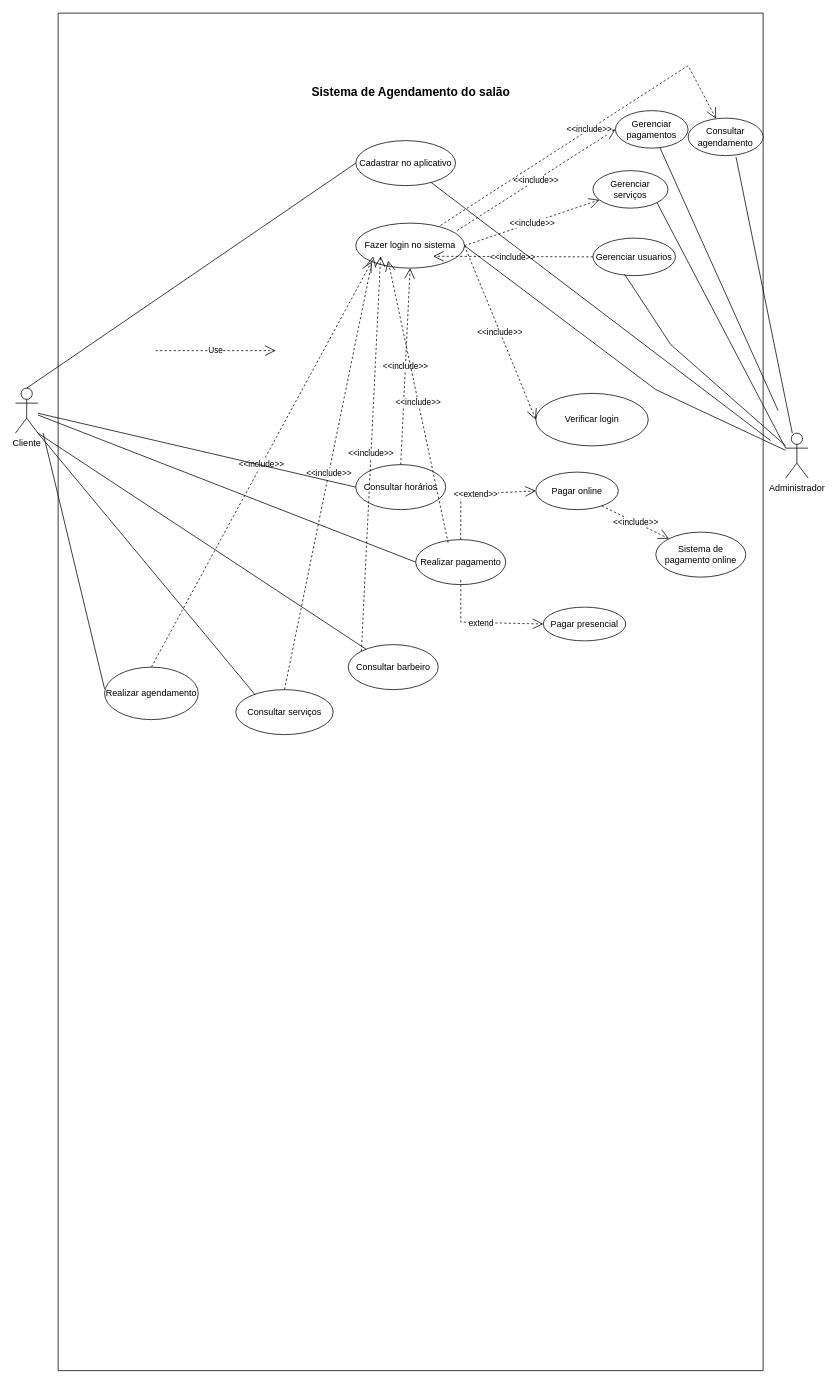
Above: Casos de uso.drawio in devWellRich/iCut (draw.io), before the change. Source tidied: cells renumbered, new cells numbered last; positions are measured from the earlier drawing's top-left corner, leaving out a move shared by most shapes. Both pictures are drawn from the tidied source at 75%, with x=0, y=0 at pixel (15, 13).
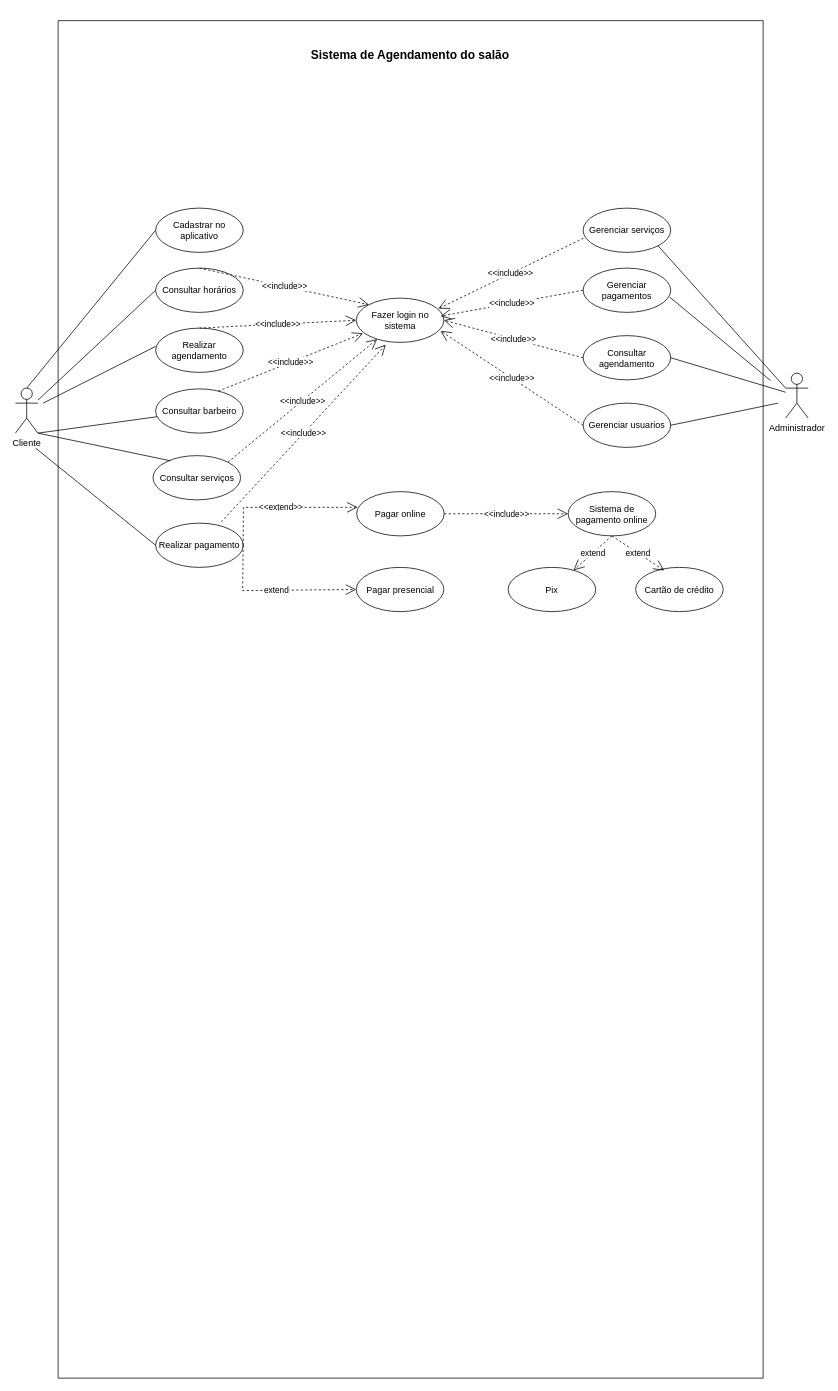
The same page after the edit.

Unchanged cells that the change refers to:
```xml
<mxCell id="2" value="Cliente" style="shape=umlActor;verticalLabelPosition=bottom;verticalAlign=top;html=1;outlineConnect=0;" parent="1" vertex="1">
  <mxGeometry x="0.1" y="500" width="30" height="60" as="geometry" />
</mxCell>
```

What changed in the source:
```diff
@@
     <mxCell id="4" style="endArrow=none;html=1;rounded=0;exitX=0;exitY=0.413;exitDx=0;exitDy=0;exitPerimeter=0;" parent="1" edge="1" source="12">
       <mxGeometry relative="1" as="geometry">
-        <mxPoint x="37" y="560" as="targetPoint" />
+        <mxPoint x="37" y="520" as="targetPoint" />
       </mxGeometry>
     </mxCell>
     <mxCell id="5" style="swimlane;startSize=0;" parent="1" vertex="1">
-      <mxGeometry x="57" width="940" height="1810" as="geometry" />
+      <mxGeometry x="57" y="10" width="940" height="1810" as="geometry" />
     </mxCell>
-    <mxCell id="6" value="Verificar login" style="ellipse;whiteSpace=wrap;html=1;" parent="5" vertex="1">
-      <mxGeometry x="636.9" y="507" width="150" height="70" as="geometry" />
-    </mxCell>
     <mxCell id="7" value="Realizar pagamento" style="ellipse;whiteSpace=wrap;html=1;" parent="5" vertex="1">
-      <mxGeometry x="476.8" y="702" width="120" height="60" as="geometry" />
+      <mxGeometry x="130" y="670" width="116.8" height="59" as="geometry" />
     </mxCell>
     <mxCell id="8" value="Pagar online" style="ellipse;whiteSpace=wrap;html=1;" parent="5" vertex="1">
-      <mxGeometry x="636.9" y="612" width="110" height="50" as="geometry" />
+      <mxGeometry x="398" y="628" width="116.8" height="59" as="geometry" />
     </mxCell>
     <mxCell id="9" value="Pagar presencial" style="ellipse;whiteSpace=wrap;html=1;" parent="5" vertex="1">
-      <mxGeometry x="646.9" y="792" width="110" height="45" as="geometry" />
+      <mxGeometry x="397.5" y="729" width="116.8" height="59" as="geometry" />
     </mxCell>
-    <mxCell id="10" value="&amp;lt;&amp;lt;extend&amp;gt;&amp;gt;" style="endArrow=open;endSize=12;dashed=1;html=1;rounded=0;entryX=0;entryY=0.5;entryDx=0;entryDy=0;exitX=0.5;exitY=0;exitDx=0;exitDy=0;" parent="5" edge="1" source="7" target="8">
+    <mxCell id="10" value="&amp;lt;&amp;lt;extend&amp;gt;&amp;gt;" style="endArrow=open;endSize=12;dashed=1;html=1;rounded=0;entryX=0.011;entryY=0.355;entryDx=0;entryDy=0;entryPerimeter=0;exitX=1;exitY=0.5;exitDx=0;exitDy=0;" parent="5" edge="1" source="7" target="8">
       <mxGeometry relative="1" as="geometry">
         <Array as="points">
-          <mxPoint x="536.9" y="642" />
+          <mxPoint x="247" y="649" />
         </Array>
       </mxGeometry>
     </mxCell>
-    <mxCell id="11" value="extend" style="endArrow=open;endSize=12;dashed=1;html=1;rounded=0;entryX=0;entryY=0.5;entryDx=0;entryDy=0;" parent="5" edge="1" target="9">
+    <mxCell id="11" value="extend" style="endArrow=open;endSize=12;dashed=1;html=1;rounded=0;entryX=0;entryY=0.5;entryDx=0;entryDy=0;exitX=1;exitY=0.5;exitDx=0;exitDy=0;" parent="5" edge="1" source="7" target="9">
       <mxGeometry relative="1" as="geometry">
-        <mxPoint x="536.9" y="756" as="sourcePoint" />
         <Array as="points">
-          <mxPoint x="536.9" y="812" />
+          <mxPoint x="246" y="760" />
         </Array>
       </mxGeometry>
     </mxCell>
     <mxCell id="12" value="Realizar agendamento" style="ellipse;whiteSpace=wrap;html=1;" parent="5" vertex="1">
-      <mxGeometry x="61.9" y="872" width="125" height="70" as="geometry" />
+      <mxGeometry x="130" y="410" width="116.8" height="59" as="geometry" />
     </mxCell>
     <mxCell id="13" value="Consultar serviços" style="ellipse;whiteSpace=wrap;html=1;" parent="5" vertex="1">
-      <mxGeometry x="236.8" y="902" width="130" height="60" as="geometry" />
+      <mxGeometry x="126.5" y="580" width="116.8" height="59" as="geometry" />
     </mxCell>
     <mxCell id="14" value="Consultar barbeiro" style="ellipse;whiteSpace=wrap;html=1;" parent="5" vertex="1">
-      <mxGeometry x="386.8" y="842" width="120" height="60" as="geometry" />
+      <mxGeometry x="130" y="491" width="116.8" height="59" as="geometry" />
     </mxCell>
     <mxCell id="15" value="Consultar horários" style="ellipse;whiteSpace=wrap;html=1;" parent="5" vertex="1">
-      <mxGeometry x="396.8" y="602" width="120" height="60" as="geometry" />
+      <mxGeometry x="130" y="330" width="116.8" height="59" as="geometry" />
     </mxCell>
     <mxCell id="16" value="Sistema de pagamento online" style="ellipse;whiteSpace=wrap;html=1;" parent="5" vertex="1">
-      <mxGeometry x="796.9" y="692" width="120" height="60" as="geometry" />
+      <mxGeometry x="680" y="628" width="116.8" height="59" as="geometry" />
     </mxCell>
-    <mxCell id="17" value="&amp;lt;&amp;lt;include&amp;gt;&amp;gt;" style="endArrow=open;endSize=12;dashed=1;html=1;rounded=0;entryX=0;entryY=0;entryDx=0;entryDy=0;exitX=0.8;exitY=0.9;exitDx=0;exitDy=0;exitPerimeter=0;" parent="5" edge="1" source="8" target="16">
+    <mxCell id="17" value="&amp;lt;&amp;lt;include&amp;gt;&amp;gt;" style="endArrow=open;endSize=12;dashed=1;html=1;rounded=0;exitX=1;exitY=0.5;exitDx=0;exitDy=0;entryX=0;entryY=0.5;entryDx=0;entryDy=0;" parent="5" edge="1" source="8" target="16">
       <mxGeometry relative="1" as="geometry" />
     </mxCell>
     <mxCell id="18" value="Consultar agendamento" style="ellipse;whiteSpace=wrap;html=1;" parent="5" vertex="1">
-      <mxGeometry x="840" y="140" width="100" height="50" as="geometry" />
+      <mxGeometry x="700" y="420" width="116.8" height="59" as="geometry" />
     </mxCell>
     <mxCell id="19" value="Gerenciar serviços" style="ellipse;whiteSpace=wrap;html=1;" parent="5" vertex="1">
-      <mxGeometry x="713.1" y="210" width="100" height="50" as="geometry" />
+      <mxGeometry x="700" y="250" width="116.8" height="59" as="geometry" />
     </mxCell>
     <mxCell id="20" value="Gerenciar usuarios" style="ellipse;whiteSpace=wrap;html=1;" parent="5" vertex="1">
-      <mxGeometry x="713.1" y="300" width="110" height="50" as="geometry" />
+      <mxGeometry x="700" y="510" width="116.8" height="59" as="geometry" />
     </mxCell>
     <mxCell id="21" value="&lt;b&gt;&lt;font style=&quot;font-size: 16px;&quot;&gt;Sistema de Agendamento do salão&lt;/font&gt;&lt;/b&gt;" style="text;html=1;align=center;verticalAlign=middle;strokeColor=none;fillColor=none;" parent="5" vertex="1">
-      <mxGeometry x="325" y="90" width="290" height="30" as="geometry" />
+      <mxGeometry x="324.3" y="30" width="290" height="30" as="geometry" />
     </mxCell>
     <mxCell id="22" value="Cadastrar no aplicativo" style="ellipse;whiteSpace=wrap;html=1;" parent="5" vertex="1">
-      <mxGeometry x="396.9" y="170" width="133" height="60" as="geometry" />
+      <mxGeometry x="130" y="250" width="116.8" height="59" as="geometry" />
     </mxCell>
     <mxCell id="23" value="Fazer login no sistema" style="ellipse;whiteSpace=wrap;html=1;" parent="5" vertex="1">
-      <mxGeometry x="396.8" y="280" width="145" height="60" as="geometry" />
+      <mxGeometry x="397.5" y="370" width="116.8" height="59" as="geometry" />
     </mxCell>
-    <mxCell id="24" value="&amp;lt;&amp;lt;include&amp;gt;&amp;gt;" style="endArrow=open;endSize=12;dashed=1;html=1;rounded=0;entryX=0;entryY=0.5;entryDx=0;entryDy=0;exitX=1;exitY=0.5;exitDx=0;exitDy=0;" parent="5" edge="1" source="23" target="6">
-      <mxGeometry relative="1" as="geometry" />
-    </mxCell>
     <mxCell id="25" value="Gerenciar pagamentos" style="ellipse;whiteSpace=wrap;html=1;" parent="5" vertex="1">
-      <mxGeometry x="743.1" y="130" width="96.8" height="50" as="geometry" />
+      <mxGeometry x="700" y="330" width="116.8" height="59" as="geometry" />
     </mxCell>
-    <mxCell id="26" value="&amp;lt;&amp;lt;include&amp;gt;&amp;gt;" style="endArrow=open;endSize=12;dashed=1;html=1;rounded=0;exitX=0.5;exitY=0;exitDx=0;exitDy=0;entryX=0.5;entryY=1;entryDx=0;entryDy=0;" parent="5" edge="1" source="15" target="23">
+    <mxCell id="26" value="&amp;lt;&amp;lt;include&amp;gt;&amp;gt;" style="endArrow=open;endSize=12;dashed=1;html=1;rounded=0;exitX=0.5;exitY=0;exitDx=0;exitDy=0;entryX=0;entryY=0;entryDx=0;entryDy=0;" parent="5" edge="1" source="15" target="23">
       <mxGeometry relative="1" as="geometry" />
     </mxCell>
-    <mxCell id="27" value="&amp;lt;&amp;lt;include&amp;gt;&amp;gt;" style="endArrow=open;endSize=12;dashed=1;html=1;rounded=0;exitX=0.36;exitY=0.072;exitDx=0;exitDy=0;exitPerimeter=0;" parent="5" edge="1" source="7">
-      <mxGeometry relative="1" as="geometry">
-        <mxPoint x="440" y="330" as="targetPoint" />
-      </mxGeometry>
+    <mxCell id="27" value="&amp;lt;&amp;lt;include&amp;gt;&amp;gt;" style="endArrow=open;endSize=12;dashed=1;html=1;rounded=0;exitX=0.749;exitY=-0.027;exitDx=0;exitDy=0;exitPerimeter=0;entryX=0.337;entryY=1.051;entryDx=0;entryDy=0;entryPerimeter=0;" parent="5" edge="1" source="7" target="23">
+      <mxGeometry relative="1" as="geometry" />
     </mxCell>
-    <mxCell id="28" value="&amp;lt;&amp;lt;include&amp;gt;&amp;gt;" style="endArrow=open;endSize=12;dashed=1;html=1;rounded=0;exitX=0;exitY=0;exitDx=0;exitDy=0;" parent="5" edge="1" source="14">
-      <mxGeometry relative="1" as="geometry">
-        <mxPoint x="430" y="324.2" as="targetPoint" />
-      </mxGeometry>
+    <mxCell id="28" value="&amp;lt;&amp;lt;include&amp;gt;&amp;gt;" style="endArrow=open;endSize=12;dashed=1;html=1;rounded=0;exitX=0.716;exitY=0.051;exitDx=0;exitDy=0;exitPerimeter=0;entryX=0.077;entryY=0.796;entryDx=0;entryDy=0;entryPerimeter=0;" parent="5" edge="1" source="14" target="23">
+      <mxGeometry relative="1" as="geometry" />
     </mxCell>
-    <mxCell id="29" value="&amp;lt;&amp;lt;include&amp;gt;&amp;gt;" style="endArrow=open;endSize=12;dashed=1;html=1;rounded=0;exitX=0.5;exitY=0;exitDx=0;exitDy=0;" parent="5" edge="1" source="13">
-      <mxGeometry relative="1" as="geometry">
-        <mxPoint x="420" y="324.2" as="targetPoint" />
-      </mxGeometry>
+    <mxCell id="29" value="&amp;lt;&amp;lt;include&amp;gt;&amp;gt;" style="endArrow=open;endSize=12;dashed=1;html=1;rounded=0;exitX=1;exitY=0;exitDx=0;exitDy=0;" parent="5" edge="1" source="13" target="23">
+      <mxGeometry relative="1" as="geometry" />
     </mxCell>
-    <mxCell id="30" value="&amp;lt;&amp;lt;include&amp;gt;&amp;gt;" style="endArrow=open;endSize=12;dashed=1;html=1;rounded=0;entryX=0;entryY=1;entryDx=0;entryDy=0;exitX=0.5;exitY=0;exitDx=0;exitDy=0;" parent="5" edge="1" source="12" target="23">
+    <mxCell id="30" value="&amp;lt;&amp;lt;include&amp;gt;&amp;gt;" style="endArrow=open;endSize=12;dashed=1;html=1;rounded=0;exitX=0.5;exitY=0;exitDx=0;exitDy=0;entryX=0;entryY=0.5;entryDx=0;entryDy=0;" parent="5" edge="1" source="12" target="23">
       <mxGeometry relative="1" as="geometry" />
     </mxCell>
-    <mxCell id="31" value="&amp;lt;&amp;lt;include&amp;gt;&amp;gt;" style="endArrow=open;endSize=12;dashed=1;html=1;rounded=0;" parent="5" edge="1" source="20">
-      <mxGeometry relative="1" as="geometry">
-        <mxPoint x="500" y="324.2" as="targetPoint" />
-      </mxGeometry>
-    </mxCell>
-    <mxCell id="32" value="&amp;lt;&amp;lt;include&amp;gt;&amp;gt;" style="endArrow=open;endSize=12;dashed=1;html=1;rounded=0;exitX=1;exitY=0.5;exitDx=0;exitDy=0;" parent="5" edge="1" source="23" target="19">
-      <mxGeometry relative="1" as="geometry" />
-    </mxCell>
-    <mxCell id="33" value="&amp;lt;&amp;lt;include&amp;gt;&amp;gt;" style="endArrow=open;endSize=12;dashed=1;html=1;rounded=0;entryX=0;entryY=0.5;entryDx=0;entryDy=0;exitX=0.932;exitY=0.167;exitDx=0;exitDy=0;exitPerimeter=0;" parent="5" edge="1" source="23" target="25">
-      <mxGeometry relative="1" as="geometry" />
-    </mxCell>
-    <mxCell id="34" value="&amp;lt;&amp;lt;include&amp;gt;&amp;gt;" style="endArrow=open;endSize=12;dashed=1;html=1;rounded=0;exitX=0.78;exitY=0.05;exitDx=0;exitDy=0;exitPerimeter=0;" parent="5" edge="1" source="23" target="18">
-      <mxGeometry relative="1" as="geometry">
-        <Array as="points">
-          <mxPoint x="840" y="70" />
-        </Array>
-      </mxGeometry>
-    </mxCell>
+    <mxCell id="47" value="Pix" style="ellipse;whiteSpace=wrap;html=1;" parent="5" vertex="1">
+      <mxGeometry x="600" y="729" width="116.8" height="59" as="geometry" />
+    </mxCell>
+    <mxCell id="48" value="extend" style="endArrow=open;endSize=12;dashed=1;html=1;rounded=0;exitX=0.5;exitY=1;exitDx=0;exitDy=0;" parent="5" edge="1" source="16" target="47">
+      <mxGeometry relative="1" as="geometry" />
+    </mxCell>
+    <mxCell id="49" value="Cartão de crédito" style="ellipse;whiteSpace=wrap;html=1;rotation=0;" parent="5" vertex="1">
+      <mxGeometry x="770" y="729" width="116.8" height="59" as="geometry" />
+    </mxCell>
+    <mxCell id="50" value="extend" style="endArrow=open;endSize=12;dashed=1;html=1;rounded=0;exitX=0.5;exitY=1;exitDx=0;exitDy=0;entryX=0.327;entryY=0.071;entryDx=0;entryDy=0;entryPerimeter=0;" parent="5" edge="1" source="16" target="49">
+      <mxGeometry relative="1" as="geometry" />
+    </mxCell>
+    <mxCell id="51" value="&amp;lt;&amp;lt;include&amp;gt;&amp;gt;" style="endArrow=open;endSize=12;dashed=1;html=1;rounded=0;exitX=0.004;exitY=0.68;exitDx=0;exitDy=0;entryX=0;entryY=0;entryDx=0;entryDy=0;exitPerimeter=0;" parent="5" edge="1" source="19">
+      <mxGeometry relative="1" as="geometry">
+        <mxPoint x="507" y="384" as="targetPoint" />
+      </mxGeometry>
+    </mxCell>
+    <mxCell id="52" value="&amp;lt;&amp;lt;include&amp;gt;&amp;gt;" style="endArrow=open;endSize=12;dashed=1;html=1;rounded=0;exitX=0;exitY=0.5;exitDx=0;exitDy=0;entryX=1;entryY=0.5;entryDx=0;entryDy=0;" parent="5" edge="1" source="18" target="23">
+      <mxGeometry relative="1" as="geometry" />
+    </mxCell>
+    <mxCell id="53" value="&amp;lt;&amp;lt;include&amp;gt;&amp;gt;" style="endArrow=open;endSize=12;dashed=1;html=1;rounded=0;exitX=0;exitY=0.5;exitDx=0;exitDy=0;entryX=0.962;entryY=0.74;entryDx=0;entryDy=0;entryPerimeter=0;" parent="5" edge="1" source="20" target="23">
+      <mxGeometry relative="1" as="geometry" />
+    </mxCell>
+    <mxCell id="54" style="endArrow=none;html=1;rounded=0;exitX=1;exitY=0.5;exitDx=0;exitDy=0;" parent="5" edge="1" source="20">
+      <mxGeometry relative="1" as="geometry">
+        <mxPoint x="960" y="510" as="targetPoint" />
+      </mxGeometry>
+    </mxCell>
-    <mxCell id="35" style="endArrow=none;html=1;rounded=0;entryX=0;entryY=0.5;entryDx=0;entryDy=0;" parent="1" edge="1" source="2" target="7">
-      <mxGeometry relative="1" as="geometry" />
+    <mxCell id="35" style="endArrow=none;html=1;rounded=0;entryX=0;entryY=0.5;entryDx=0;entryDy=0;" parent="1" edge="1" target="7">
+      <mxGeometry relative="1" as="geometry">
+        <mxPoint x="27" y="580" as="sourcePoint" />
+      </mxGeometry>
     </mxCell>
     <mxCell id="36" value="Administrador" style="shape=umlActor;verticalLabelPosition=bottom;verticalAlign=top;html=1;outlineConnect=0;" parent="1" vertex="1">
-      <mxGeometry x="1027" y="560" width="30" height="60" as="geometry" />
+      <mxGeometry x="1027" y="480" width="30" height="60" as="geometry" />
     </mxCell>
-    <mxCell id="37" style="endArrow=none;html=1;rounded=0;entryX=0.638;entryY=1.033;entryDx=0;entryDy=0;entryPerimeter=0;" parent="1" edge="1" source="36" target="18">
+    <mxCell id="37" style="endArrow=none;html=1;rounded=0;entryX=1;entryY=0.5;entryDx=0;entryDy=0;" parent="1" edge="1" source="36" target="18">
       <mxGeometry relative="1" as="geometry" />
     </mxCell>
-    <mxCell id="38" style="endArrow=none;html=1;rounded=0;entryX=1;entryY=0.5;entryDx=0;entryDy=0;" parent="1" edge="1" source="36" target="23">
-      <mxGeometry relative="1" as="geometry">
-        <Array as="points">
-          <mxPoint x="853.9" y="502" />
-        </Array>
-      </mxGeometry>
-    </mxCell>
@@
-    <mxCell id="40" style="endArrow=none;html=1;rounded=0;exitX=0.382;exitY=0.96;exitDx=0;exitDy=0;exitPerimeter=0;" parent="1" edge="1" source="20" target="36">
+    <mxCell id="40" style="endArrow=none;html=1;rounded=0;exitX=0.991;exitY=0.66;exitDx=0;exitDy=0;exitPerimeter=0;" parent="1" edge="1" source="25">
       <mxGeometry relative="1" as="geometry">
-        <Array as="points">
-          <mxPoint x="873.9" y="442" />
-        </Array>
+        <mxPoint x="1007" y="490" as="targetPoint" />
       </mxGeometry>
     </mxCell>
@@
-    <mxCell id="44" style="endArrow=none;html=1;rounded=0;" parent="1" edge="1" target="22">
-      <mxGeometry relative="1" as="geometry">
-        <mxPoint x="1007" y="570" as="sourcePoint" />
-      </mxGeometry>
-    </mxCell>
-    <mxCell id="45" style="endArrow=none;html=1;rounded=0;" parent="1" edge="1" target="25">
-      <mxGeometry relative="1" as="geometry">
-        <mxPoint x="1017" y="530" as="sourcePoint" />
-      </mxGeometry>
-    </mxCell>
-    <mxCell id="46" value="Use" style="endArrow=open;endSize=12;dashed=1;html=1;rounded=0;" parent="1" edge="1">
-      <mxGeometry relative="1" as="geometry">
-        <mxPoint x="187" y="450" as="sourcePoint" />
-        <mxPoint x="347" y="450" as="targetPoint" />
-      </mxGeometry>
-    </mxCell>
+    <mxCell id="55" value="&amp;lt;&amp;lt;include&amp;gt;&amp;gt;" style="endArrow=open;endSize=12;dashed=1;html=1;rounded=0;exitX=0;exitY=0.5;exitDx=0;exitDy=0;" parent="1" edge="1" source="25">
+      <mxGeometry relative="1" as="geometry">
+        <mxPoint x="567" y="404" as="targetPoint" />
+      </mxGeometry>
+    </mxCell>
```
